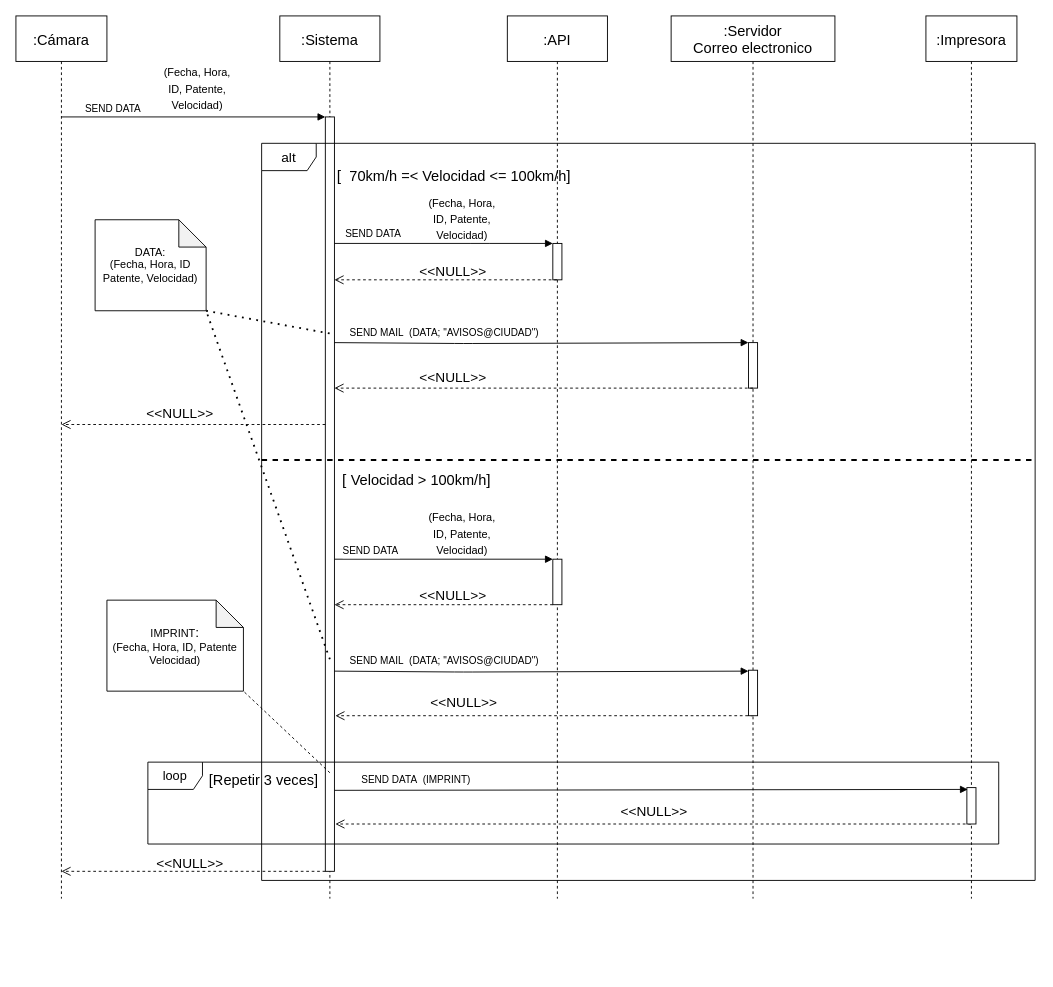
Before: DS Cámara Vial Matias Saguir.drawio in matiassaguir/izo-isw1-tpds, a draw.io diagram. Source tidied: cells renumbered, new cells numbered last; positions are measured from the earlier drawing's top-left corner, leaving out a move shared by most shapes. Both pictures are drawn from the tidied source at 91%, with x=0, y=0 at pixel (15, 15).
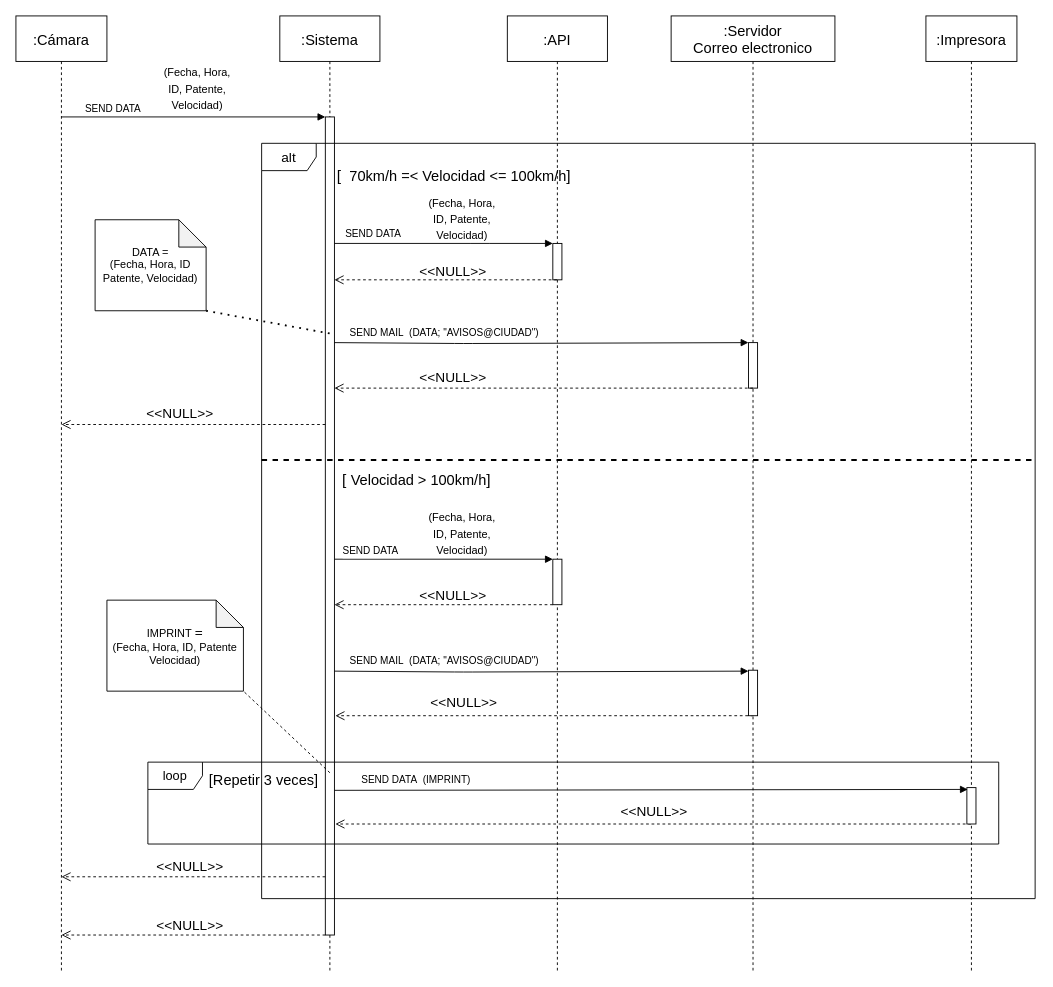
Above is the later version.

Diff of the diagram source:
```diff
@@
     <mxCell id="2" value=":Cámara" style="shape=umlLifeline;perimeter=lifelinePerimeter;rounded=0;shadow=0;strokeWidth=1;fontSize=16;align=center;size=50;" parent="1" vertex="1">
-      <mxGeometry width="100" height="970" as="geometry" />
+      <mxGeometry width="100" height="1050" as="geometry" />
     </mxCell>
     <mxCell id="3" value=":Sistema" style="shape=umlLifeline;perimeter=lifelinePerimeter;rounded=0;shadow=0;strokeWidth=1;fontSize=16;size=50;" parent="1" vertex="1">
-      <mxGeometry x="290" width="110" height="970" as="geometry" />
+      <mxGeometry x="290" width="110" height="1050" as="geometry" />
     </mxCell>
     <mxCell id="4" style="perimeter=orthogonalPerimeter;rounded=0;shadow=0;strokeWidth=1;" parent="3" vertex="1">
-      <mxGeometry x="50" y="111" width="10" height="829" as="geometry" />
+      <mxGeometry x="50" y="111" width="10" height="899" as="geometry" />
     </mxCell>
@@
+    <mxCell id="47" value="return" style="html=1;verticalAlign=bottom;endArrow=open;dashed=1;endSize=8;rounded=0;fontSize=12;fontColor=none;noLabel=1;" parent="3" edge="1">
+      <mxGeometry x="0.51" y="-20" relative="1" as="geometry">
+        <mxPoint x="50" y="1010" as="sourcePoint" />
+        <mxPoint x="-240" y="1010" as="targetPoint" />
+      </mxGeometry>
+    </mxCell>
@@
     <mxCell id="7" value=":API" style="shape=umlLifeline;perimeter=lifelinePerimeter;rounded=0;shadow=0;strokeWidth=1;fontSize=16;size=50;" parent="1" vertex="1">
-      <mxGeometry x="540" width="110" height="970" as="geometry" />
+      <mxGeometry x="540" width="110" height="1050" as="geometry" />
     </mxCell>
@@
     <mxCell id="14" value=":Impresora" style="shape=umlLifeline;perimeter=lifelinePerimeter;rounded=0;shadow=0;strokeWidth=1;fontSize=16;size=50;" parent="1" vertex="1">
-      <mxGeometry x="1000" width="100" height="970" as="geometry" />
+      <mxGeometry x="1000" width="100" height="1050" as="geometry" />
     </mxCell>
@@
     <mxCell id="16" value=":Servidor&#10;Correo electronico" style="shape=umlLifeline;perimeter=lifelinePerimeter;rounded=0;shadow=0;strokeWidth=1;fontFamily=Helvetica;fontSize=16;size=50;" parent="1" vertex="1">
-      <mxGeometry x="720" width="180" height="970" as="geometry" />
+      <mxGeometry x="720" width="180" height="1050" as="geometry" />
     </mxCell>
@@
     <mxCell id="24" value="&amp;lt;&amp;lt;NULL&amp;gt;&amp;gt;" style="text;html=1;align=center;verticalAlign=middle;fillColor=none;strokeColor=none;rounded=0;fontFamily=Helvetica;fontSize=15;" parent="1" vertex="1">
-      <mxGeometry x="141" y="916" width="100" height="30" as="geometry" />
+      <mxGeometry x="141" y="919" width="100" height="30" as="geometry" />
     </mxCell>
@@
     <mxCell id="35" value="return" style="html=1;verticalAlign=bottom;endArrow=open;dashed=1;endSize=8;rounded=0;fontSize=12;fontColor=none;noLabel=1;" parent="1" edge="1">
       <mxGeometry x="0.51" y="-20" relative="1" as="geometry">
-        <mxPoint x="340" y="940" as="sourcePoint" />
-        <mxPoint x="50" y="940" as="targetPoint" />
+        <mxPoint x="340" y="946" as="sourcePoint" />
+        <mxPoint x="50" y="946" as="targetPoint" />
       </mxGeometry>
     </mxCell>
@@
-    <mxCell id="40" value="IMPRINT&lt;font style=&quot;font-size: 15px;&quot;&gt;:&lt;/font&gt;&lt;br&gt;(Fecha, Hora, ID, Patente&lt;br&gt;Velocidad)" style="shape=note;whiteSpace=wrap;html=1;backgroundOutline=1;darkOpacity=0.05;" parent="1" vertex="1">
+    <mxCell id="40" value="IMPRINT&amp;nbsp;&lt;span style=&quot;font-size: 15px;&quot;&gt;=&lt;/span&gt;&lt;br&gt;(Fecha, Hora, ID, Patente&lt;br&gt;Velocidad)" style="shape=note;whiteSpace=wrap;html=1;backgroundOutline=1;darkOpacity=0.05;" parent="1" vertex="1">
       <mxGeometry x="100" y="642" width="150" height="100" as="geometry" />
     </mxCell>
@@
-    <mxCell id="43" value="DATA:&lt;br&gt;(Fecha, Hora, ID&lt;br&gt;Patente, Velocidad)" style="shape=note;whiteSpace=wrap;html=1;backgroundOutline=1;darkOpacity=0.05;" parent="1" vertex="1">
+    <mxCell id="43" value="DATA =&lt;br&gt;(Fecha, Hora, ID&lt;br&gt;Patente, Velocidad)" style="shape=note;whiteSpace=wrap;html=1;backgroundOutline=1;darkOpacity=0.05;" parent="1" vertex="1">
       <mxGeometry x="87" y="224" width="122" height="100" as="geometry" />
     </mxCell>
@@
-    <mxCell id="45" style="endArrow=none;dashed=1;html=1;dashPattern=1 3;strokeWidth=2;rounded=0;entryX=1;entryY=1;entryDx=0;entryDy=0;entryPerimeter=0;" parent="1" edge="1" target="43">
-      <mxGeometry relative="1" as="geometry">
-        <mxPoint x="345" y="707" as="sourcePoint" />
-      </mxGeometry>
-    </mxCell>
+    <mxCell id="48" value="&amp;lt;&amp;lt;NULL&amp;gt;&amp;gt;" style="text;html=1;align=center;verticalAlign=middle;fillColor=none;strokeColor=none;rounded=0;fontFamily=Helvetica;fontSize=15;" parent="1" vertex="1">
+      <mxGeometry x="141" y="984" width="100" height="30" as="geometry" />
+    </mxCell>
     <mxCell id="46" value="&lt;font style=&quot;font-size: 15px;&quot;&gt;alt&lt;/font&gt;" style="shape=umlFrame;whiteSpace=wrap;html=1;" parent="1" vertex="1">
-      <mxGeometry x="270" y="140" width="850" height="810" as="geometry" />
+      <mxGeometry x="270" y="140" width="850" height="830" as="geometry" />
     </mxCell>
```
